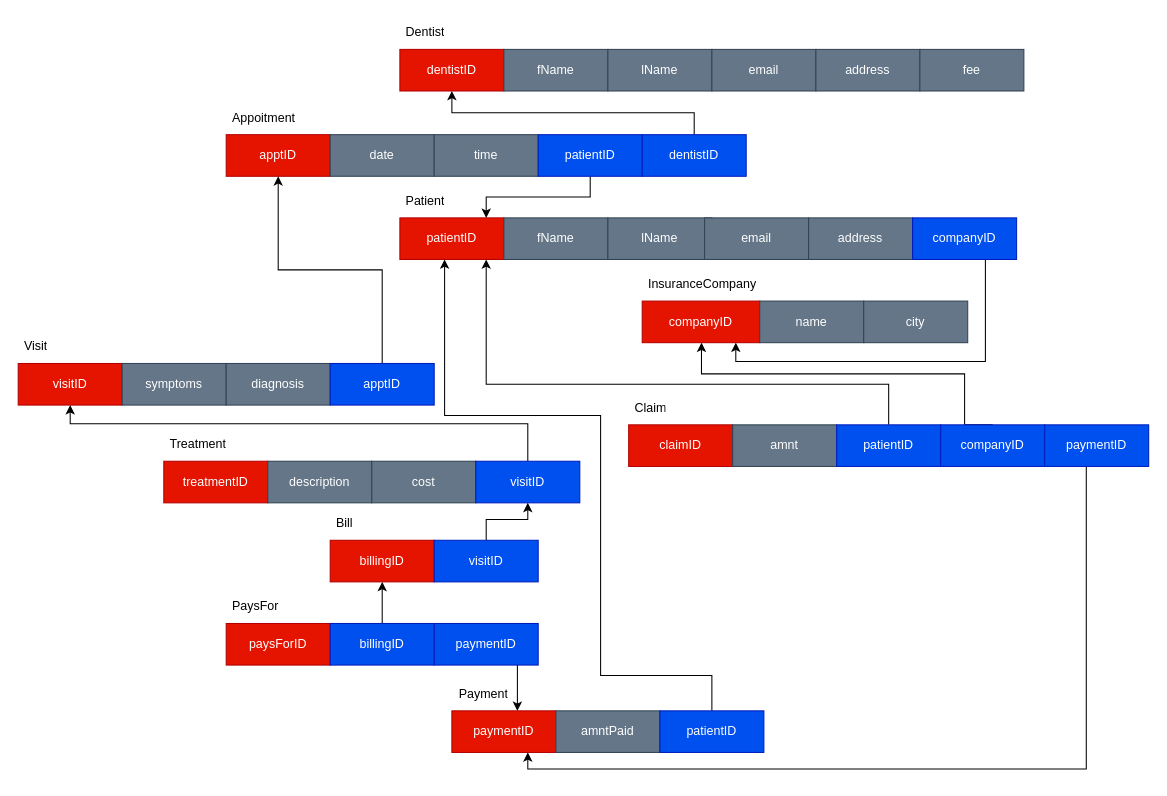
Above: Deliverable3/logicalSchema3NF.drawio in m-bernardin/Database-LIA (draw.io), before the change. Source tidied: cells renumbered, new cells numbered last; positions are measured from the earlier drawing's top-left corner, leaving out a move shared by most shapes. Both pictures are drawn from the tidied source at 104%, with x=0, y=0 at pixel (18, 18).
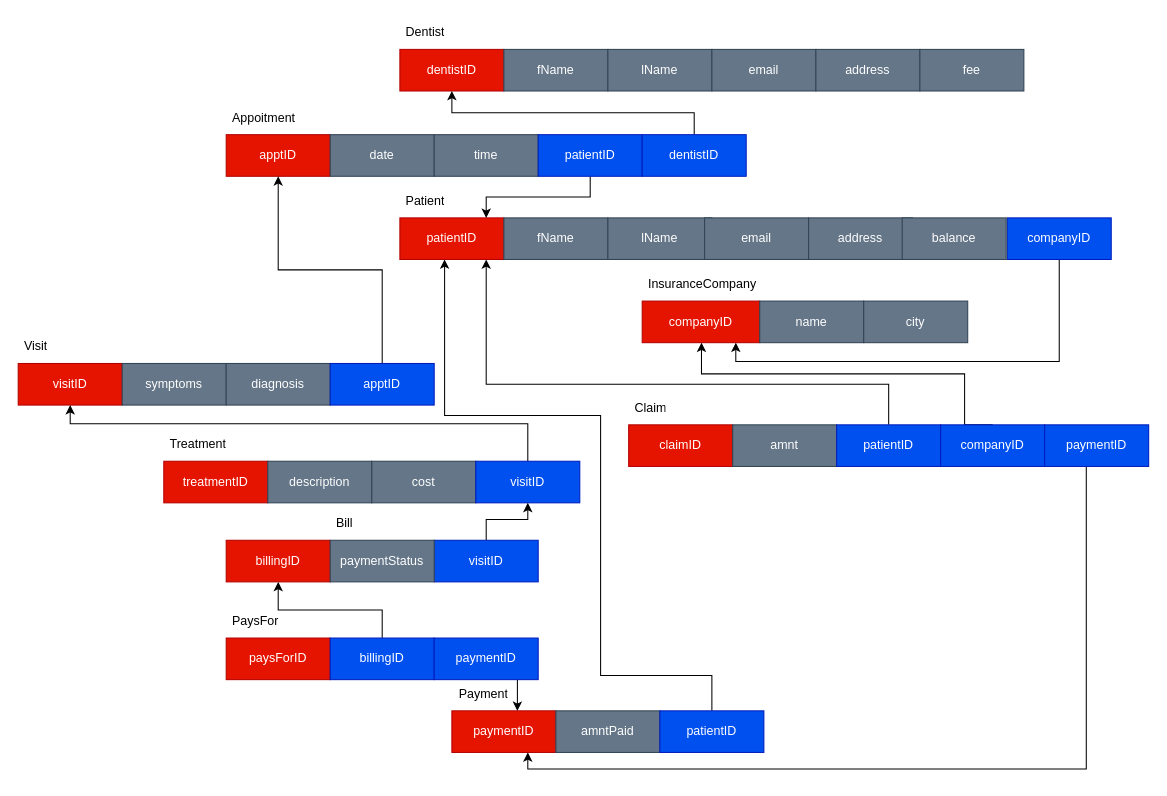
Above is the later version.

The change refers to these unchanged cells:
```xml
<mxCell id="2" value="companyID" style="whiteSpace=wrap;html=1;align=center;fillColor=#e51400;fontColor=#ffffff;strokeColor=#B20000;" parent="1" vertex="1">
  <mxGeometry x="600" y="272" width="113" height="40" as="geometry" />
</mxCell>
```

Diff of the diagram source:
```diff
@@
     <mxCell id="7" value="billingID" style="whiteSpace=wrap;html=1;align=center;fillColor=#e51400;fontColor=#ffffff;strokeColor=#B20000;" parent="1" vertex="1">
-      <mxGeometry x="300" y="502" width="100" height="40" as="geometry" />
+      <mxGeometry x="200" y="502" width="100" height="40" as="geometry" />
     </mxCell>
@@
     <mxCell id="18" style="edgeStyle=orthogonalEdgeStyle;rounded=0;jettySize=auto;html=1;exitX=0.5;exitY=1;exitDx=0;exitDy=0;" parent="1" edge="1" source="19" target="2">
       <mxGeometry relative="1" as="geometry">
         <Array as="points">
-          <mxPoint x="930" y="232" />
-          <mxPoint x="930" y="330" />
+          <mxPoint x="1001" y="330" />
           <mxPoint x="690" y="330" />
         </Array>
       </mxGeometry>
     </mxCell>
     <mxCell id="19" value="companyID" style="whiteSpace=wrap;html=1;align=center;fillColor=#0050ef;fontColor=#ffffff;strokeColor=#001DBC;" parent="1" vertex="1">
-      <mxGeometry x="860" y="192" width="100" height="40" as="geometry" />
+      <mxGeometry x="951" y="192" width="100" height="40" as="geometry" />
     </mxCell>
@@
     <mxCell id="41" value="paysForID" style="whiteSpace=wrap;html=1;align=center;fillColor=#e51400;fontColor=#ffffff;strokeColor=#B20000;" parent="1" vertex="1">
-      <mxGeometry x="200" y="582" width="100" height="40" as="geometry" />
+      <mxGeometry x="200" y="596" width="100" height="40" as="geometry" />
     </mxCell>
@@
     <mxCell id="43" value="billingID" style="whiteSpace=wrap;html=1;align=center;fillColor=#0050ef;fontColor=#ffffff;strokeColor=#001DBC;" parent="1" vertex="1">
-      <mxGeometry x="300" y="582" width="100" height="40" as="geometry" />
+      <mxGeometry x="300" y="596" width="100" height="40" as="geometry" />
     </mxCell>
@@
     <mxCell id="45" value="paymentID" style="whiteSpace=wrap;html=1;align=center;fillColor=#0050ef;fontColor=#ffffff;strokeColor=#001DBC;" parent="1" vertex="1">
-      <mxGeometry x="400" y="582" width="100" height="40" as="geometry" />
+      <mxGeometry x="400" y="596" width="100" height="40" as="geometry" />
     </mxCell>
@@
     <mxCell id="63" value="PaysFor" style="text;strokeColor=none;fillColor=none;spacingLeft=4;spacingRight=4;overflow=hidden;fontSize=12;whiteSpace=wrap;html=1;" parent="1" vertex="1">
-      <mxGeometry x="200" y="552" width="61" height="30" as="geometry" />
+      <mxGeometry x="200" y="566" width="61" height="30" as="geometry" />
     </mxCell>
@@
+    <mxCell id="65" value="paymentStatus" style="whiteSpace=wrap;html=1;align=center;fillColor=#647687;fontColor=#ffffff;strokeColor=#314354;" parent="1" vertex="1">
+      <mxGeometry x="300" y="502" width="100" height="40" as="geometry" />
+    </mxCell>
+    <mxCell id="66" value="balance" style="whiteSpace=wrap;html=1;align=center;fillColor=#647687;fontColor=#ffffff;strokeColor=#314354;" parent="1" vertex="1">
+      <mxGeometry x="850" y="192" width="100" height="40" as="geometry" />
+    </mxCell>
```
